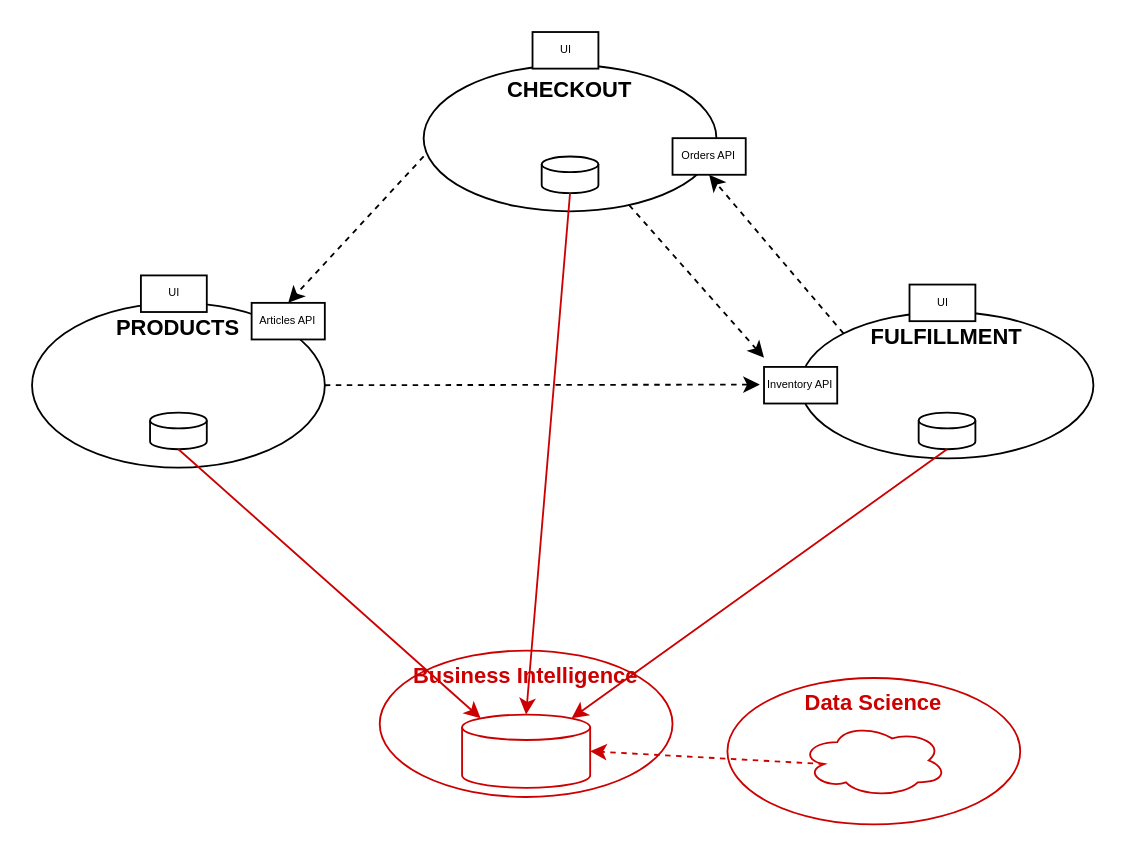
datamesh-architecture/datamesh-architecture.com keeps this draw.io diagram as landscape.drawio. Above is the earlier version. Source tidied: cells renumbered, new cells numbered last; positions are measured from the earlier drawing's top-left corner, leaving out a move shared by most shapes. Both pictures are drawn from the tidied source at 183%, with x=0, y=0 at pixel (31, 31).
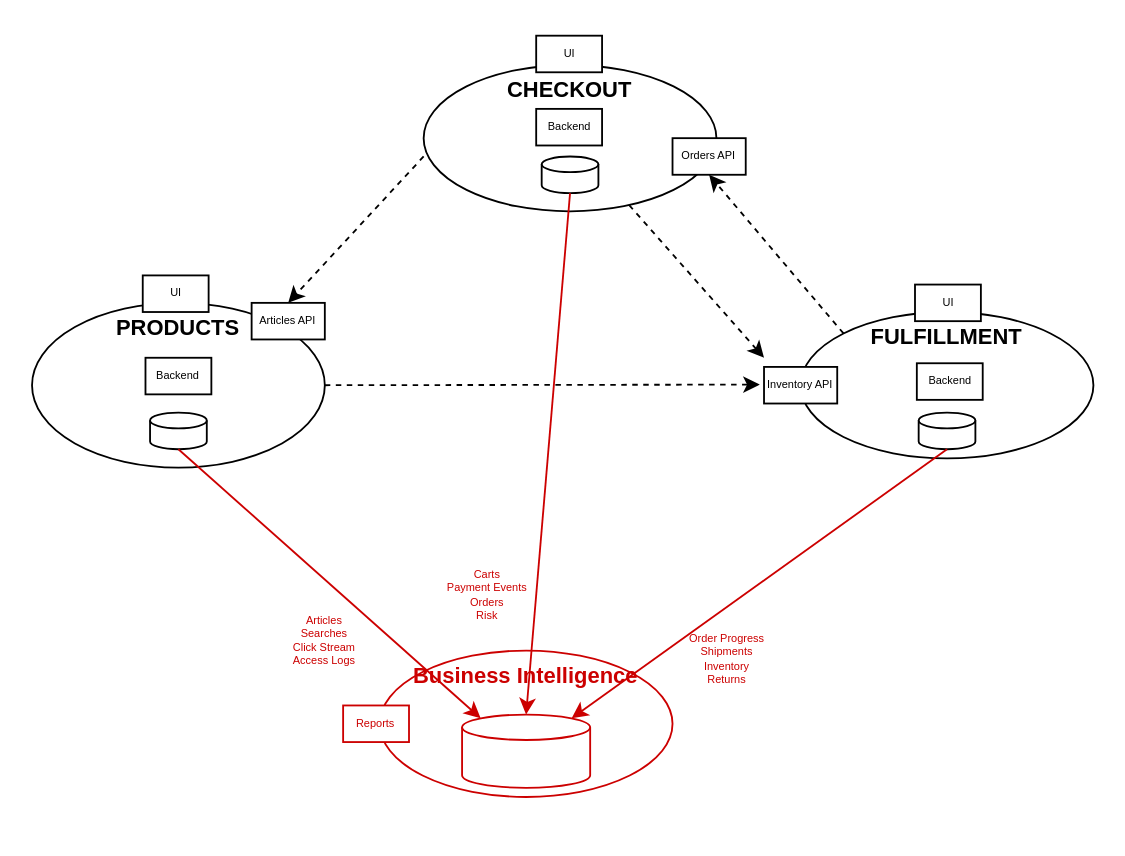
Above is the later version.

Unchanged cells that the change refers to:
```xml
<mxCell id="19" style="shape=cylinder3;whiteSpace=wrap;html=1;boundedLbl=1;backgroundOutline=1;size=6.931034482758662;strokeColor=#CC0000;" parent="1" vertex="1">
  <mxGeometry x="235" y="373" width="70" height="40" as="geometry" />
</mxCell>
```

What changed in the source:
```diff
@@
     <mxCell id="15" value="UI" style="rounded=0;whiteSpace=wrap;html=1;fontSize=6;" parent="1" vertex="1">
-      <mxGeometry x="273.5" width="36" height="20" as="geometry" />
+      <mxGeometry x="275.5" y="2" width="36" height="20" as="geometry" />
     </mxCell>
     <mxCell id="16" value="UI" style="rounded=0;whiteSpace=wrap;html=1;fontSize=6;" parent="1" vertex="1">
-      <mxGeometry x="59.5" y="133" width="36" height="20" as="geometry" />
+      <mxGeometry x="60.5" y="133" width="36" height="20" as="geometry" />
     </mxCell>
     <mxCell id="17" value="UI" style="rounded=0;whiteSpace=wrap;html=1;fontSize=6;" parent="1" vertex="1">
-      <mxGeometry x="479.5" y="138" width="36" height="20" as="geometry" />
+      <mxGeometry x="482.5" y="138" width="36" height="20" as="geometry" />
     </mxCell>
@@
-    <mxCell id="23" value="Data Science" style="ellipse;whiteSpace=wrap;html=1;fontStyle=1;verticalAlign=top;fontColor=#CC0000;strokeColor=#CC0000;" parent="1" vertex="1">
-      <mxGeometry x="380" y="353" width="160" height="80" as="geometry" />
-    </mxCell>
-    <mxCell id="24" style="ellipse;shape=cloud;whiteSpace=wrap;html=1;fontSize=6;fontColor=#CC0000;strokeColor=#CC0000;" parent="1" vertex="1">
-      <mxGeometry x="420" y="378" width="80" height="40" as="geometry" />
-    </mxCell>
-    <mxCell id="25" style="endArrow=classic;html=1;rounded=0;fontSize=6;fontColor=#CC0000;exitX=0.16;exitY=0.55;exitDx=0;exitDy=0;exitPerimeter=0;strokeColor=#CC0000;entryX=1;entryY=0.5;entryDx=0;entryDy=0;entryPerimeter=0;dashed=1;" parent="1" edge="1" source="24" target="19">
-      <mxGeometry relative="1" as="geometry" />
-    </mxCell>
+    <mxCell id="26" value="Reports" style="rounded=0;whiteSpace=wrap;html=1;fontSize=6;strokeColor=#CC0000;fontColor=#CC0000;" parent="1" vertex="1">
+      <mxGeometry x="170" y="368" width="36" height="20" as="geometry" />
+    </mxCell>
+    <mxCell id="27" value="Carts&lt;br&gt;Payment Events&lt;br&gt;Orders&lt;br&gt;Risk" style="text;html=1;strokeColor=none;fillColor=none;align=center;verticalAlign=middle;whiteSpace=wrap;rounded=0;fontSize=6;fontColor=#CC0000;" parent="1" vertex="1">
+      <mxGeometry x="218.5" y="293" width="60" height="30" as="geometry" />
+    </mxCell>
+    <mxCell id="28" value="Order Progress&lt;br&gt;Shipments&lt;br&gt;Inventory&lt;br&gt;Returns" style="text;html=1;strokeColor=none;fillColor=none;align=center;verticalAlign=middle;whiteSpace=wrap;rounded=0;fontSize=6;fontColor=#CC0000;" parent="1" vertex="1">
+      <mxGeometry x="350" y="328" width="60" height="30" as="geometry" />
+    </mxCell>
+    <mxCell id="29" value="Articles&lt;br&gt;Searches&lt;br&gt;Click Stream&lt;br&gt;Access Logs" style="text;html=1;strokeColor=none;fillColor=none;align=center;verticalAlign=middle;whiteSpace=wrap;rounded=0;fontSize=6;fontColor=#CC0000;" parent="1" vertex="1">
+      <mxGeometry x="130" y="318" width="60" height="30" as="geometry" />
+    </mxCell>
+    <mxCell id="30" value="Backend" style="rounded=0;whiteSpace=wrap;html=1;fontSize=6;" parent="1" vertex="1">
+      <mxGeometry x="62" y="178" width="36" height="20" as="geometry" />
+    </mxCell>
+    <mxCell id="31" value="Backend" style="rounded=0;whiteSpace=wrap;html=1;fontSize=6;" parent="1" vertex="1">
+      <mxGeometry x="275.5" y="42" width="36" height="20" as="geometry" />
+    </mxCell>
+    <mxCell id="32" value="Backend" style="rounded=0;whiteSpace=wrap;html=1;fontSize=6;" parent="1" vertex="1">
+      <mxGeometry x="483.5" y="181" width="36" height="20" as="geometry" />
+    </mxCell>
```
